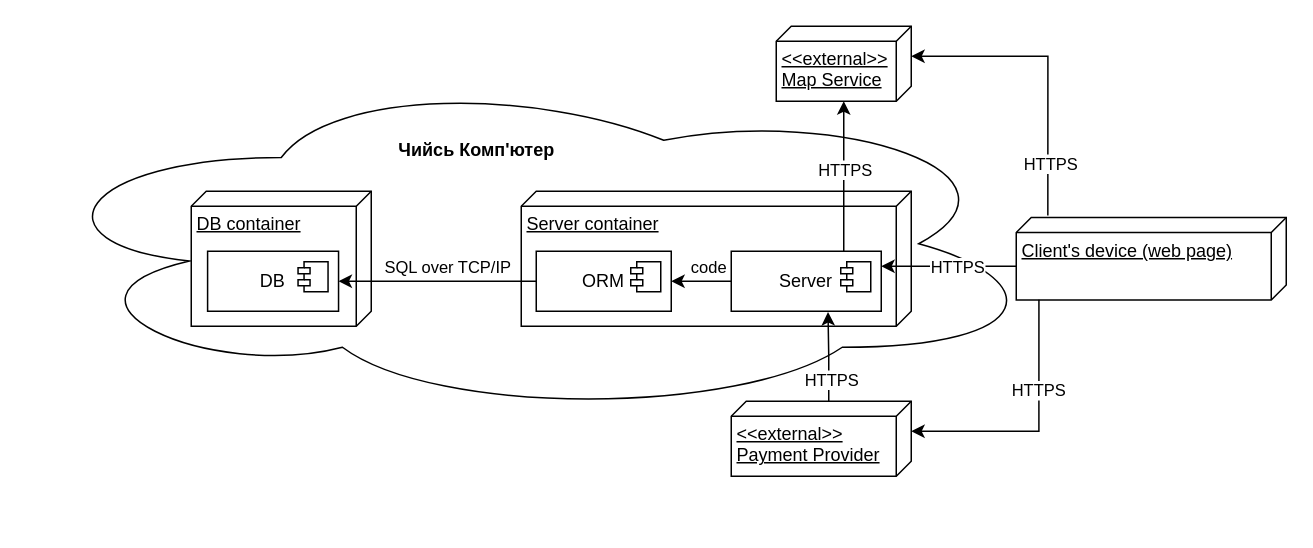
Above: docs/architecture/uml/deployment.drawio in ukma-cs-ssdm-2025/punkcoders (draw.io), before the change. Source tidied: cells renumbered, new cells numbered last; positions are measured from the earlier drawing's top-left corner, leaving out a move shared by most shapes. Both pictures are drawn from the tidied source at 150%, with x=0, y=0 at pixel (26, 26).
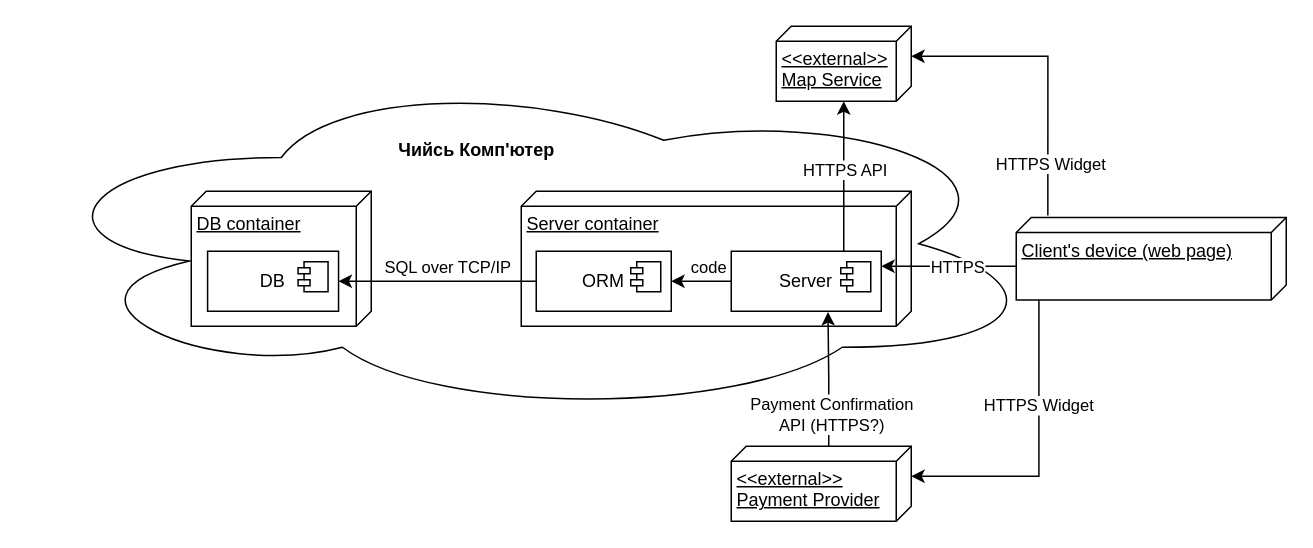
After the change.

Unchanged cells that the change refers to:
```xml
<mxCell id="8" style="edgeStyle=orthogonalEdgeStyle;rounded=0;jettySize=auto;html=1;exitX=0.75;exitY=0;exitDx=0;exitDy=0;" parent="1" edge="1" source="10" target="19">
  <mxGeometry relative="1" as="geometry" />
</mxCell>
<mxCell id="24" style="edgeStyle=orthogonalEdgeStyle;rounded=0;jettySize=auto;html=1;exitX=-0.024;exitY=0.883;exitDx=0;exitDy=0;exitPerimeter=0;entryX=0;entryY=0;entryDx=20;entryDy=0;entryPerimeter=0;" parent="1" edge="1" source="23" target="19">
  <mxGeometry relative="1" as="geometry">
    <Array as="points">
      <mxPoint x="681" y="20" />
    </Array>
  </mxGeometry>
</mxCell>
<mxCell id="26" style="edgeStyle=orthogonalEdgeStyle;rounded=0;jettySize=auto;html=1;exitX=0.996;exitY=0.916;exitDx=0;exitDy=0;exitPerimeter=0;entryX=0;entryY=0;entryDx=20;entryDy=0;entryPerimeter=0;" parent="1" edge="1" source="23" target="20">
  <mxGeometry relative="1" as="geometry" />
</mxCell>
<mxCell id="28" style="edgeStyle=orthogonalEdgeStyle;rounded=0;jettySize=auto;html=1;exitX=0;exitY=0;exitDx=0;exitDy=55;exitPerimeter=0;entryX=0.645;entryY=1.013;entryDx=0;entryDy=0;entryPerimeter=0;" parent="1" edge="1" source="20" target="10">
  <mxGeometry relative="1" as="geometry" />
</mxCell>
```

The edit, as a diff of the source:
```diff
@@
-    <mxCell id="9" value="HTTPS" style="edgeLabel;html=1;align=center;verticalAlign=middle;" parent="8" vertex="1">
+    <mxCell id="9" value="HTTPS API" style="edgeLabel;html=1;align=center;verticalAlign=middle;" parent="8" vertex="1">
       <mxGeometry x="-0.03" relative="1" as="geometry">
         <mxPoint y="-6" as="offset" />
       </mxGeometry>
     </mxCell>
@@
     <mxCell id="20" value="&lt;div&gt;&amp;lt;&amp;lt;external&amp;gt;&amp;gt;&lt;/div&gt;&lt;div&gt;Payment Provider&lt;/div&gt;" style="verticalAlign=top;align=left;spacingTop=8;spacingLeft=2;spacingRight=12;shape=cube;size=10;direction=south;fontStyle=4;html=1;whiteSpace=wrap;" parent="1" vertex="1">
-      <mxGeometry x="470" y="250" width="120" height="50" as="geometry" />
+      <mxGeometry x="470" y="280" width="120" height="50" as="geometry" />
     </mxCell>
@@
-    <mxCell id="25" value="HTTPS" style="edgeLabel;html=1;align=center;verticalAlign=middle;" parent="24" vertex="1">
+    <mxCell id="25" value="HTTPS Widget" style="edgeLabel;html=1;align=center;verticalAlign=middle;" parent="24" vertex="1">
       <mxGeometry x="-0.65" y="-1" relative="1" as="geometry" />
     </mxCell>
@@
-    <mxCell id="27" value="HTTPS" style="edgeLabel;html=1;align=center;verticalAlign=middle;" parent="26" vertex="1">
+    <mxCell id="27" value="HTTPS Widget" style="edgeLabel;html=1;align=center;verticalAlign=middle;" parent="26" vertex="1">
       <mxGeometry x="-0.31" y="-1" relative="1" as="geometry" />
     </mxCell>
@@
-    <mxCell id="29" value="HTTPS" style="edgeLabel;html=1;align=center;verticalAlign=middle;" parent="28" vertex="1">
+    <mxCell id="29" value="&lt;div&gt;Payment Confirmation&lt;/div&gt;&lt;div&gt;API (HTTPS?)&lt;/div&gt;" style="edgeLabel;html=1;align=center;verticalAlign=middle;" parent="28" vertex="1">
       <mxGeometry x="-0.51" y="-1" relative="1" as="geometry" />
     </mxCell>
```
